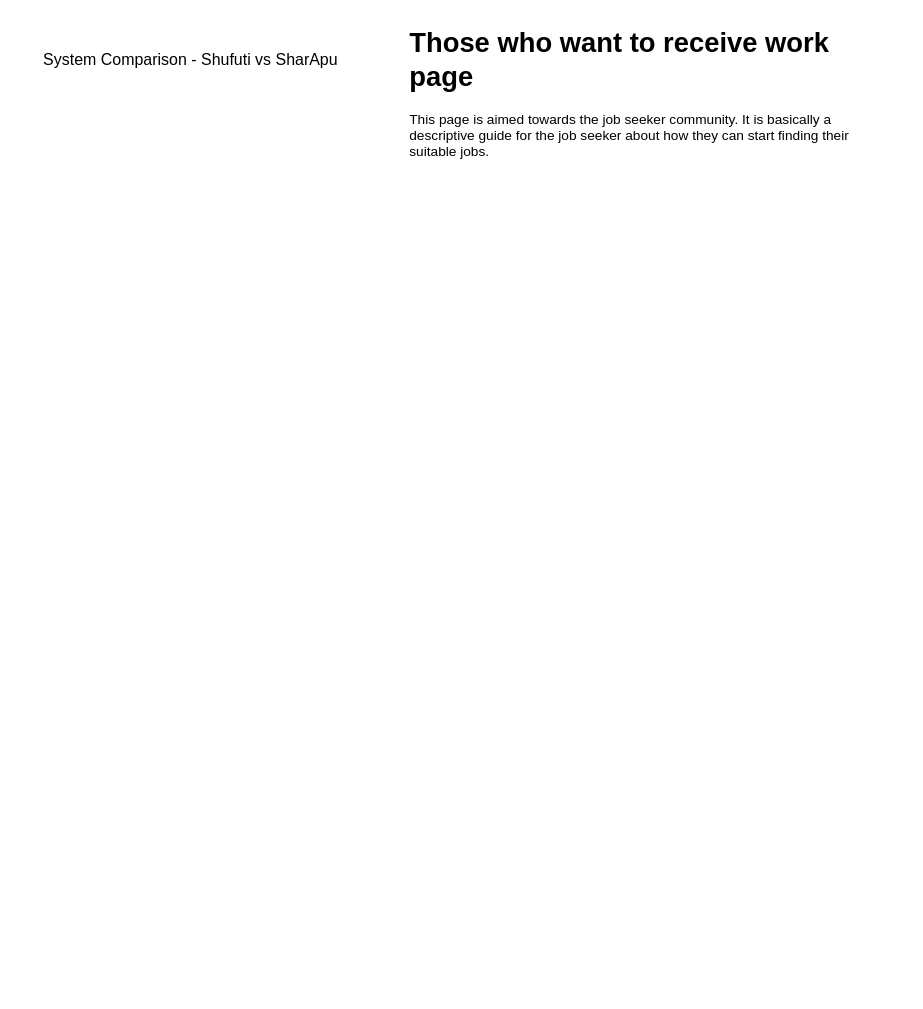
Earlier version of the draw.io diagram System Comparison - Shufuti vs SharApu/ThoseWhoWantToReceiveWorkPage.drawio (SumaiyaTarannumNoor/SharApu-Job-Portal). Source tidied: cells renumbered, new cells numbered last; positions are measured from the earlier drawing's top-left corner, leaving out a move shared by most shapes. Both pictures are drawn from the tidied source at 114%, with x=0, y=0 at pixel (19, 19).
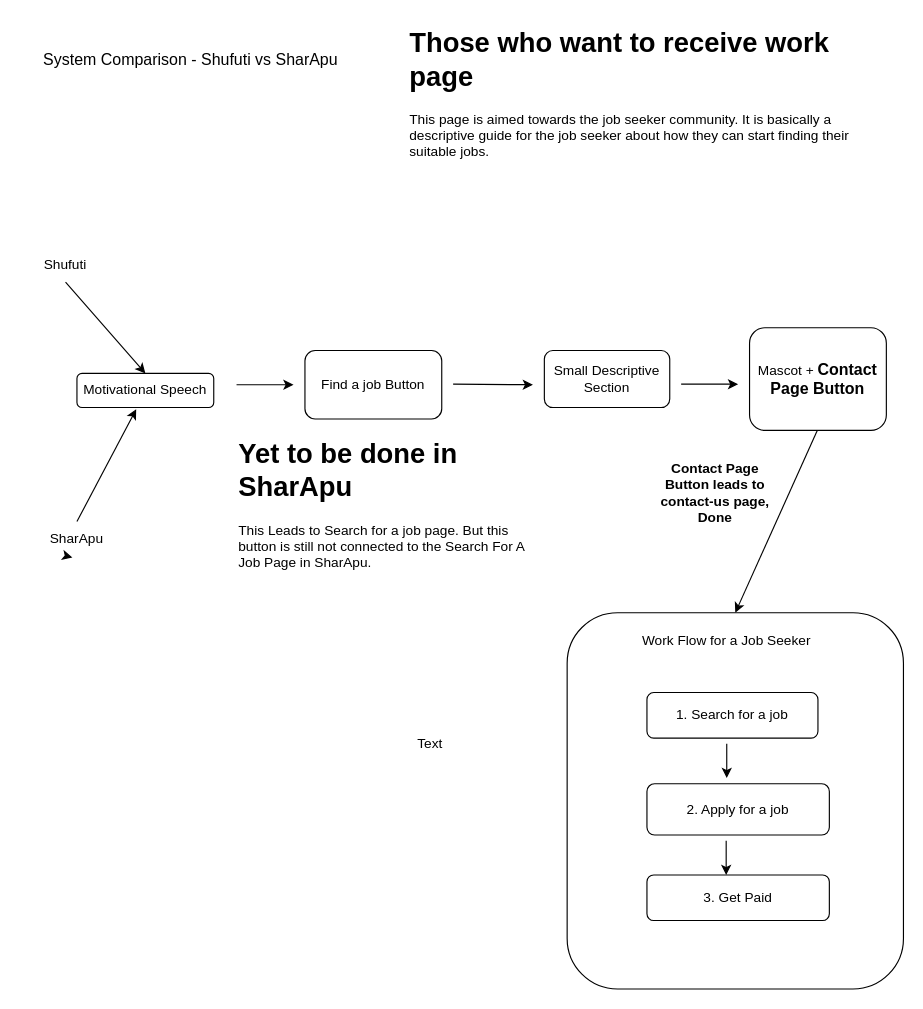
After the change.

What changed in the source:
```diff
@@
+    <mxCell id="4" value="Shufuti" style="text;html=1;align=center;verticalAlign=middle;whiteSpace=wrap;rounded=0;" parent="1" vertex="1">
+      <mxGeometry x="10" y="200" width="60" height="30" as="geometry" />
+    </mxCell>
+    <mxCell id="5" value="Motivational Speech" style="rounded=1;whiteSpace=wrap;html=1;" parent="1" vertex="1">
+      <mxGeometry x="50" y="310" width="120" height="30" as="geometry" />
+    </mxCell>
+    <mxCell id="6" style="endArrow=classic;html=1;rounded=0;entryX=0.5;entryY=0;entryDx=0;entryDy=0;exitX=0.5;exitY=1;exitDx=0;exitDy=0;" parent="1" edge="1" source="4" target="5">
+      <mxGeometry relative="1" as="geometry" />
+    </mxCell>
+    <mxCell id="7" style="endArrow=classic;html=1;rounded=0;entryX=0.433;entryY=1.05;entryDx=0;entryDy=0;entryPerimeter=0;exitX=0.5;exitY=0;exitDx=0;exitDy=0;" parent="1" edge="1" source="18" target="5">
+      <mxGeometry relative="1" as="geometry" />
+    </mxCell>
+    <mxCell id="8" style="endArrow=classic;html=1;rounded=0;" parent="1" edge="1">
+      <mxGeometry relative="1" as="geometry">
+        <mxPoint x="190" y="320" as="sourcePoint" />
+        <mxPoint x="240" y="320" as="targetPoint" />
+      </mxGeometry>
+    </mxCell>
+    <mxCell id="9" value="Find a job Button" style="rounded=1;whiteSpace=wrap;html=1;" parent="1" vertex="1">
+      <mxGeometry x="250" y="290" width="120" height="60" as="geometry" />
+    </mxCell>
+    <mxCell id="10" value="&lt;h1 style=&quot;margin-top: 0px;&quot;&gt;Yet to be done in SharApu&lt;/h1&gt;&lt;p&gt;&lt;span style=&quot;text-align: center;&quot;&gt;This Leads to Search for a job page. But this button is still not connected to the Search For A Job Page in SharApu.&lt;/span&gt;&lt;/p&gt;" style="text;html=1;whiteSpace=wrap;overflow=hidden;rounded=0;" parent="1" vertex="1">
+      <mxGeometry x="190" y="360" width="270" height="140" as="geometry" />
+    </mxCell>
+    <mxCell id="11" style="endArrow=classic;html=1;rounded=0;" parent="1" edge="1">
+      <mxGeometry relative="1" as="geometry">
+        <mxPoint x="380" y="319.5" as="sourcePoint" />
+        <mxPoint x="450" y="320" as="targetPoint" />
+      </mxGeometry>
+    </mxCell>
+    <mxCell id="12" value="Small Descriptive Section" style="rounded=1;whiteSpace=wrap;html=1;" parent="1" vertex="1">
+      <mxGeometry x="460" y="290" width="110" height="50" as="geometry" />
+    </mxCell>
+    <mxCell id="13" style="endArrow=classic;html=1;rounded=0;" parent="1" edge="1">
+      <mxGeometry relative="1" as="geometry">
+        <mxPoint x="580" y="319.5" as="sourcePoint" />
+        <mxPoint x="630" y="319.5" as="targetPoint" />
+      </mxGeometry>
+    </mxCell>
+    <mxCell id="14" value="Mascot + &lt;b&gt;&lt;font style=&quot;font-size: 14px;&quot;&gt;Contact Page Button&lt;/font&gt;&lt;/b&gt;" style="rounded=1;whiteSpace=wrap;html=1;" parent="1" vertex="1">
+      <mxGeometry x="640" y="270" width="120" height="90" as="geometry" />
+    </mxCell>
+    <mxCell id="15" style="endArrow=classic;html=1;rounded=0;entryX=0.5;entryY=0;entryDx=0;entryDy=0;" parent="1" edge="1" target="19">
+      <mxGeometry relative="1" as="geometry">
+        <mxPoint x="699.5" y="360" as="sourcePoint" />
+      </mxGeometry>
+    </mxCell>
+    <mxCell id="16" value="&lt;b&gt;Contact Page Button leads to contact-us page, Done&lt;/b&gt;" style="text;html=1;align=center;verticalAlign=middle;whiteSpace=wrap;rounded=0;" parent="1" vertex="1">
+      <mxGeometry x="550" y="380" width="120" height="70" as="geometry" />
+    </mxCell>
+    <mxCell id="17" style="endArrow=classic;html=1;rounded=0;entryX=0.433;entryY=1.05;entryDx=0;entryDy=0;entryPerimeter=0;" parent="1" edge="1" target="18">
+      <mxGeometry relative="1" as="geometry">
+        <mxPoint x="40" y="470" as="sourcePoint" />
+      </mxGeometry>
+    </mxCell>
+    <mxCell id="18" value="SharApu" style="text;html=1;align=center;verticalAlign=middle;whiteSpace=wrap;rounded=0;" parent="1" vertex="1">
+      <mxGeometry x="20" y="440" width="60" height="30" as="geometry" />
+    </mxCell>
+    <mxCell id="19" style="rounded=1;whiteSpace=wrap;html=1;" parent="1" vertex="1">
+      <mxGeometry x="480" y="520" width="295" height="330" as="geometry" />
+    </mxCell>
+    <mxCell id="20" value="Work Flow for a Job Seeker" style="text;html=1;align=center;verticalAlign=middle;whiteSpace=wrap;rounded=0;" parent="1" vertex="1">
+      <mxGeometry x="540" y="530" width="160" height="30" as="geometry" />
+    </mxCell>
+    <mxCell id="21" value="1. Search for a job" style="rounded=1;whiteSpace=wrap;html=1;" parent="1" vertex="1">
+      <mxGeometry x="550" y="590" width="150" height="40" as="geometry" />
+    </mxCell>
+    <mxCell id="22" value="2. Apply for a job" style="rounded=1;whiteSpace=wrap;html=1;" parent="1" vertex="1">
+      <mxGeometry x="550" y="670" width="160" height="45" as="geometry" />
+    </mxCell>
+    <mxCell id="23" value="3. Get Paid" style="rounded=1;whiteSpace=wrap;html=1;" parent="1" vertex="1">
+      <mxGeometry x="550" y="750" width="160" height="40" as="geometry" />
+    </mxCell>
+    <mxCell id="24" style="endArrow=classic;html=1;rounded=0;" parent="1" edge="1">
+      <mxGeometry relative="1" as="geometry">
+        <mxPoint x="620" y="635" as="sourcePoint" />
+        <mxPoint x="620" y="665" as="targetPoint" />
+      </mxGeometry>
+    </mxCell>
+    <mxCell id="25" style="endArrow=classic;html=1;rounded=0;" parent="1" edge="1">
+      <mxGeometry relative="1" as="geometry">
+        <mxPoint x="619.5" y="720" as="sourcePoint" />
+        <mxPoint x="619.5" y="750" as="targetPoint" />
+      </mxGeometry>
+    </mxCell>
+    <mxCell id="26" value="Text" style="text;html=1;align=center;verticalAlign=middle;whiteSpace=wrap;rounded=0;" parent="1" vertex="1">
+      <mxGeometry x="330" y="620" width="60" height="30" as="geometry" />
+    </mxCell>
```
